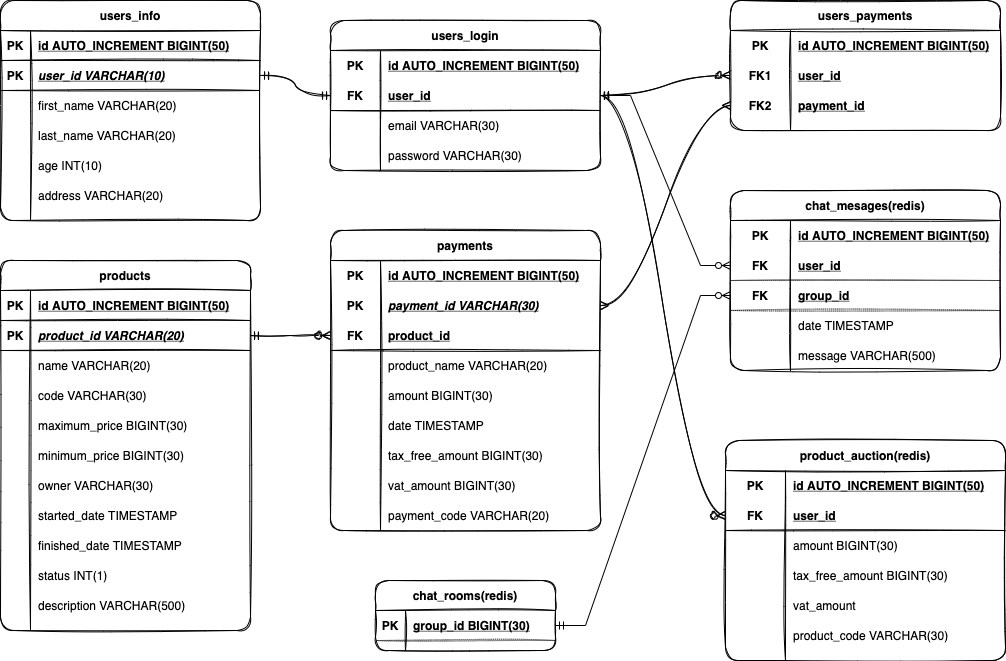
Before: sago_database_schema.png, a diagram exported from draw.io (AnneMayor/TestRepository). Source tidied: cells renumbered, new cells last; positions are measured from the earlier drawing's top-left corner, leaving out a move shared by most shapes.
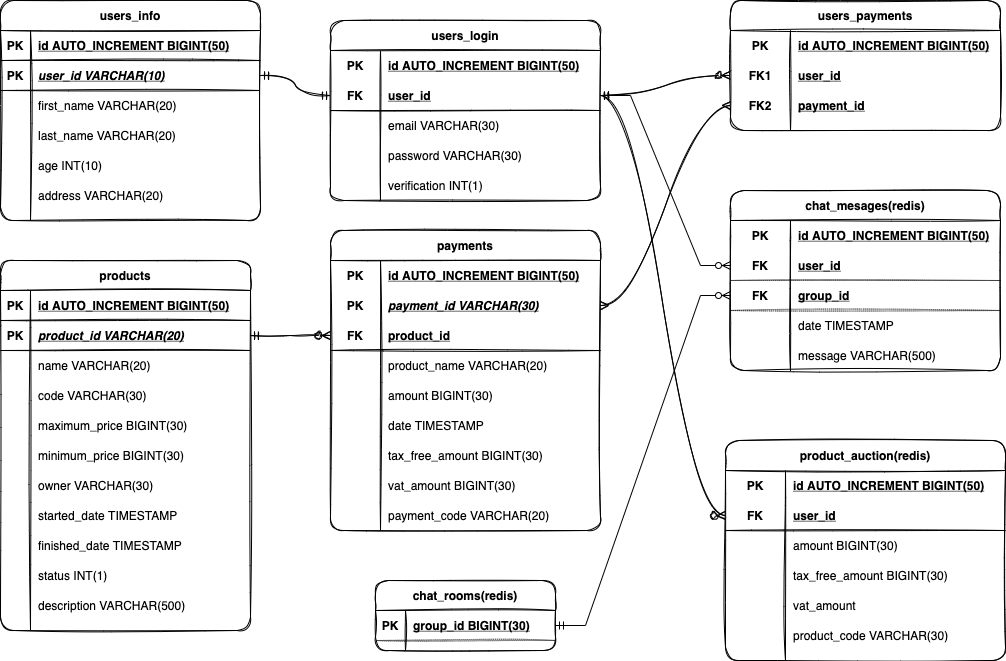
After the change.

What changed in the source:
```diff
@@ -164,7 +164,7 @@
     <mxCell id="55" value="description VARCHAR(500)" style="shape=partialRectangle;fillColor=none;top=0;left=0;bottom=0;right=0;align=left;spacingLeft=6;overflow=hidden;shadow=0;glass=0;rounded=1;sketch=1;" parent="53" vertex="1">
       <mxGeometry x="30" width="220" height="30" as="geometry" />
     </mxCell>
-    <mxCell id="56" style="edgeStyle=orthogonalEdgeStyle;orthogonalLoop=1;jettySize=auto;html=1;exitX=1;exitY=0.5;exitDx=0;exitDy=0;sketch=1;curved=1;" parent="22" edge="1" source="x" target="x">
+    <mxCell id="56" style="edgeStyle=orthogonalEdgeStyle;orthogonalLoop=1;jettySize=auto;html=1;exitX=1;exitY=0.5;exitDx=0;exitDy=0;sketch=1;curved=1;" parent="22" edge="1">
       <mxGeometry relative="1" as="geometry" />
     </mxCell>
     <mxCell id="57" value="payments" style="shape=table;startSize=30;rowLines=0;fontStyle=1;align=center;shadow=0;glass=0;rounded=1;sketch=1;" parent="1" vertex="1">
@@ -285,7 +285,7 @@
       <mxGeometry relative="1" as="geometry" />
     </mxCell>
     <mxCell id="96" value="users_login" style="shape=table;startSize=30;rowLines=0;fontStyle=1;align=center;shadow=0;glass=0;rounded=1;sketch=1;" parent="1" vertex="1">
-      <mxGeometry x="330" y="20" width="270" height="150" as="geometry" />
+      <mxGeometry x="330" y="20" width="270" height="180" as="geometry" />
     </mxCell>
     <mxCell id="97" style="shape=partialRectangle;fillColor=none;top=0;left=0;bottom=0;right=0;shadow=0;glass=0;rounded=1;sketch=1;" parent="96" vertex="1">
       <mxGeometry y="30" width="270" height="30" as="geometry" />
@@ -323,6 +323,15 @@
     <mxCell id="108" value="password VARCHAR(30)" style="shape=partialRectangle;fillColor=none;top=0;left=0;bottom=0;right=0;align=left;spacingLeft=6;overflow=hidden;shadow=0;glass=0;rounded=1;sketch=1;" parent="106" vertex="1">
       <mxGeometry x="50" width="220" height="30" as="geometry" />
     </mxCell>
+    <mxCell id="153" style="shape=partialRectangle;fillColor=none;top=0;left=0;bottom=0;right=0;shadow=0;glass=0;rounded=1;sketch=1;" parent="96" vertex="1">
+      <mxGeometry y="150" width="270" height="30" as="geometry" />
+    </mxCell>
+    <mxCell id="154" style="shape=partialRectangle;fillColor=none;top=0;left=0;bottom=0;right=0;overflow=hidden;shadow=0;glass=0;rounded=1;sketch=1;" parent="153" vertex="1">
+      <mxGeometry width="50" height="30" as="geometry" />
+    </mxCell>
+    <mxCell id="155" value="verification INT(1)" style="shape=partialRectangle;fillColor=none;top=0;left=0;bottom=0;right=0;align=left;spacingLeft=6;overflow=hidden;shadow=0;glass=0;rounded=1;sketch=1;" parent="153" vertex="1">
+      <mxGeometry x="50" width="220" height="30" as="geometry" />
+    </mxCell>
     <mxCell id="109" style="edgeStyle=entityRelationEdgeStyle;fontSize=12;html=1;endArrow=ERzeroToMany;startArrow=ERmandOne;entryX=0;entryY=0.5;entryDx=0;entryDy=0;sketch=1;curved=1;" parent="1" edge="1" source="100" target="89">
       <mxGeometry relative="1" as="geometry" />
     </mxCell>
```
